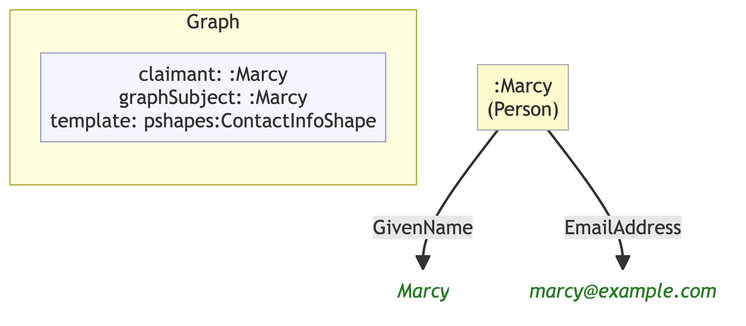
Earlier version of the Mermaid export example/graphs/images/graph-45.png (MeeFoundation/mia-ontologies). Its source is kept beside it as example/graphs/images/graph-45.mmd.
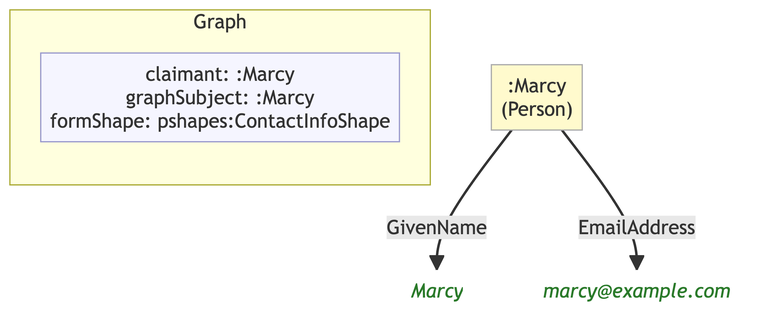
Later version of the same file.

Change to the diagram source:
```diff
@@ -7,12 +7,12 @@
 
     subgraph ctx["Graph"]
         direction LR
-        ctx_meta["claimant: :Marcy\ngraphSubject: :Marcy\ntemplate: pshapes:ContactInfoShape"]:::meta
+        ctx_meta["claimant: :Marcy\ngraphSubject: :Marcy\nformShape: pshapes:ContactInfoShape"]:::meta
     end
 
     n6d365cdbdf56[":Marcy\n(Person)"]:::person
-    n7d0b6b8283f7("Marcy"):::lit
-    n32344761ad3e("marcy@example.com"):::lit
+    nf59e7b1334fc("Marcy"):::lit
+    n59118ae0d2b9("marcy@example.com"):::lit
 
-    n6d365cdbdf56 -->|"GivenName"| n7d0b6b8283f7
-    n6d365cdbdf56 -->|"EmailAddress"| n32344761ad3e
+    n6d365cdbdf56 -->|"GivenName"| nf59e7b1334fc
+    n6d365cdbdf56 -->|"EmailAddress"| n59118ae0d2b9
```
